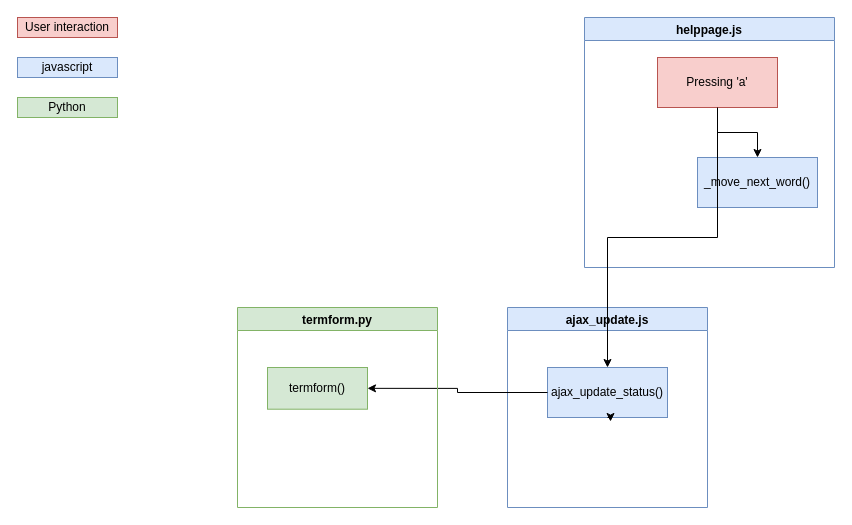
Above: LingLibre.drawio in gustavklopp/LingL (draw.io), before the change. Source tidied: cells renumbered, new cells numbered last; positions are measured from the earlier drawing's top-left corner, leaving out a move shared by most shapes. Both pictures are drawn from the tidied source at 100%, with x=0, y=0 at pixel (17, 17).
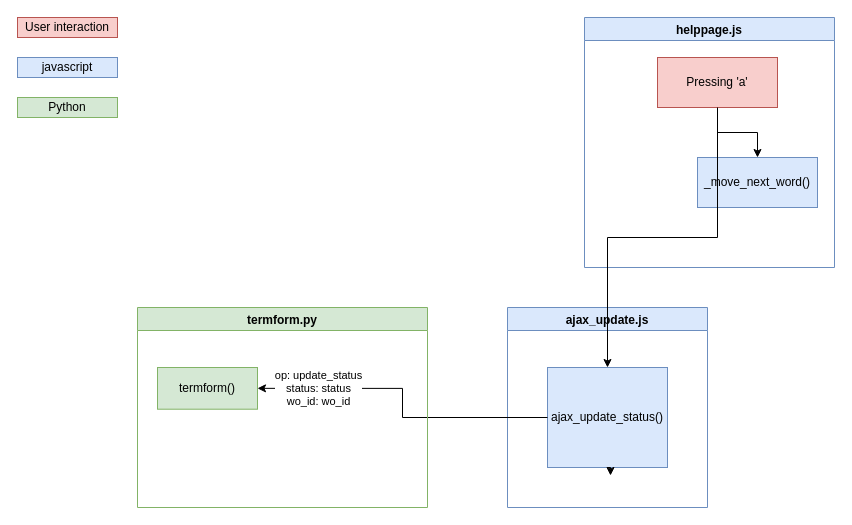
After the change.

The edit, as a diff of the source:
```diff
@@
 <mxGraphModel>
   <root>
     <mxCell id="0" />
     <mxCell id="1" parent="0" />
     <mxCell id="2" value="&lt;div&gt;User interaction&lt;/div&gt;" style="text;html=1;strokeColor=#b85450;fillColor=#f8cecc;align=center;verticalAlign=middle;whiteSpace=wrap;rounded=0;" parent="1" vertex="1">
       <mxGeometry width="100" height="20" as="geometry" />
     </mxCell>
     <mxCell id="3" value="javascript" style="text;html=1;strokeColor=#6c8ebf;fillColor=#dae8fc;align=center;verticalAlign=middle;whiteSpace=wrap;rounded=0;" parent="1" vertex="1">
       <mxGeometry y="40" width="100" height="20" as="geometry" />
     </mxCell>
     <mxCell id="4" style="edgeStyle=orthogonalEdgeStyle;rounded=0;jettySize=auto;html=1;exitX=0.5;exitY=1;exitDx=0;exitDy=0;" parent="1" edge="1" source="5">
       <mxGeometry relative="1" as="geometry">
         <mxPoint x="50" y="80" as="targetPoint" />
       </mxGeometry>
     </mxCell>
     <mxCell id="5" value="Python" style="text;html=1;strokeColor=#82b366;fillColor=#d5e8d4;align=center;verticalAlign=middle;whiteSpace=wrap;rounded=0;" parent="1" vertex="1">
       <mxGeometry y="80" width="100" height="20" as="geometry" />
     </mxCell>
     <mxCell id="6" value="ajax_update.js" style="swimlane;fillColor=#dae8fc;strokeColor=#6c8ebf;" parent="1" vertex="1">
       <mxGeometry x="490" y="290" width="200" height="200" as="geometry" />
     </mxCell>
     <mxCell id="7" value="ajax_update_status()" style="rounded=0;whiteSpace=wrap;html=1;fillColor=#dae8fc;strokeColor=#6c8ebf;" parent="6" vertex="1">
-      <mxGeometry x="40" y="60" width="120" height="50" as="geometry" />
+      <mxGeometry x="40" y="60" width="120" height="100" as="geometry" />
     </mxCell>
     <mxCell id="8" style="edgeStyle=orthogonalEdgeStyle;rounded=0;orthogonalLoop=1;jettySize=auto;html=1;exitX=0.5;exitY=1;exitDx=0;exitDy=0;entryX=0.525;entryY=1.08;entryDx=0;entryDy=0;entryPerimeter=0;" parent="6" edge="1" source="7" target="7">
       <mxGeometry relative="1" as="geometry" />
     </mxCell>
     <mxCell id="9" value="helppage.js" style="swimlane;fillColor=#dae8fc;strokeColor=#6c8ebf;" parent="1" vertex="1">
       <mxGeometry x="567" width="250" height="250" as="geometry" />
     </mxCell>
     <mxCell id="10" style="edgeStyle=orthogonalEdgeStyle;rounded=0;jettySize=auto;html=1;entryX=0.5;entryY=0;entryDx=0;entryDy=0;" parent="9" edge="1" source="11" target="12">
       <mxGeometry relative="1" as="geometry" />
     </mxCell>
     <mxCell id="11" value="Pressing 'a'" style="rounded=0;whiteSpace=wrap;html=1;fillColor=#f8cecc;strokeColor=#b85450;" parent="9" vertex="1">
       <mxGeometry x="73" y="40" width="120" height="50" as="geometry" />
     </mxCell>
     <mxCell id="12" value="_move_next_word()" style="rounded=0;whiteSpace=wrap;html=1;fillColor=#dae8fc;strokeColor=#6c8ebf;" parent="9" vertex="1">
       <mxGeometry x="113" y="140" width="120" height="50" as="geometry" />
     </mxCell>
     <mxCell id="13" style="edgeStyle=orthogonalEdgeStyle;rounded=0;jettySize=auto;html=1;entryX=1;entryY=0.5;entryDx=0;entryDy=0;" parent="1" edge="1" source="7" target="16">
       <mxGeometry relative="1" as="geometry" />
     </mxCell>
+    <mxCell id="17" value="&lt;div&gt;op: update_status&lt;br&gt;status: status&lt;/div&gt;&lt;div&gt;wo_id: wo_id&lt;br&gt;&lt;/div&gt;" style="edgeLabel;html=1;align=center;verticalAlign=middle;" parent="13" vertex="1">
+      <mxGeometry x="0.74" y="-2" relative="1" as="geometry">
+        <mxPoint x="19" y="2" as="offset" />
+      </mxGeometry>
+    </mxCell>
     <mxCell id="14" style="edgeStyle=orthogonalEdgeStyle;rounded=0;jettySize=auto;html=1;entryX=0.5;entryY=0;entryDx=0;entryDy=0;" parent="1" edge="1" source="11" target="7">
       <mxGeometry relative="1" as="geometry" />
     </mxCell>
     <mxCell id="15" value="termform.py" style="swimlane;fillColor=#d5e8d4;strokeColor=#82b366;" parent="1" vertex="1">
-      <mxGeometry x="220" y="290" width="200" height="200" as="geometry" />
+      <mxGeometry x="120" y="290" width="290" height="200" as="geometry" />
     </mxCell>
     <mxCell id="16" value="&lt;div&gt;termform()&lt;/div&gt;" style="rounded=0;whiteSpace=wrap;html=1;fillColor=#d5e8d4;strokeColor=#82b366;" parent="15" vertex="1">
-      <mxGeometry x="30" y="60" width="100" height="41.7" as="geometry" />
+      <mxGeometry x="20" y="60" width="100" height="41.7" as="geometry" />
     </mxCell>
   </root>
 </mxGraphModel>
```
